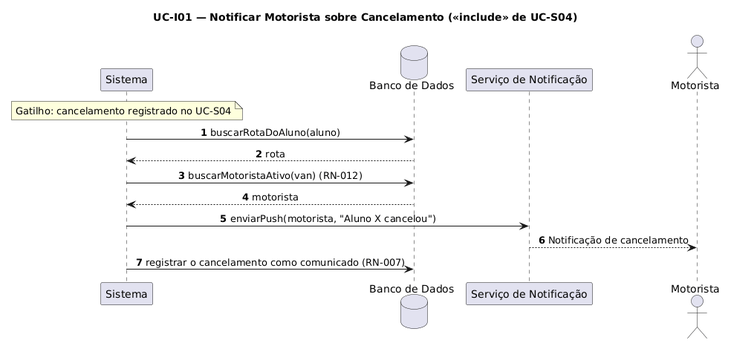
luisgustavoribeirodefreitas/VanTrack keeps this PlantUML diagram as documentos/atividade-04/imagens/UC-I01.png. Above is the earlier version.
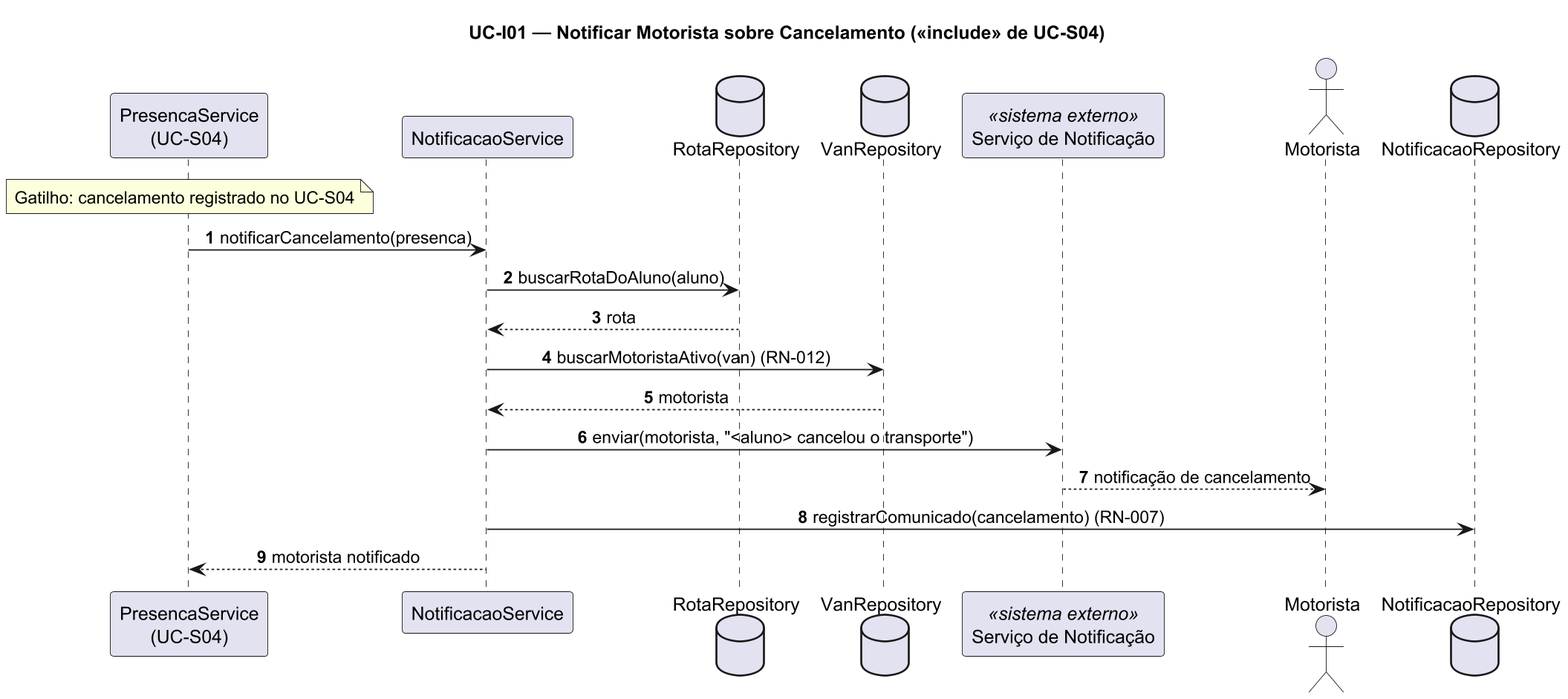
Later version of the same file.

Diff of the diagram source:
```diff
@@ -1,20 +1,27 @@
 @startuml UC-I01
+skinparamlocked dpi 170
 title UC-I01 — Notificar Motorista sobre Cancelamento («include» de UC-S04)
 skinparam sequenceMessageAlign center
+skinparam responseMessageBelowArrow true
 autonumber
 
-participant "Sistema" as S
-database "Banco de Dados" as DB
-participant "Serviço de Notificação" as Push
+participant "PresencaService\n(UC-S04)" as PS
+participant "NotificacaoService" as S
+database "RotaRepository" as RRepo
+database "VanRepository" as VanRepo
+participant "Serviço de Notificação" as Push <<sistema externo>>
 actor "Motorista" as M
+database "NotificacaoRepository" as NRepo
 
-note over S : Gatilho: cancelamento registrado no UC-S04
+note over PS : Gatilho: cancelamento registrado no UC-S04
 
-S -> DB : buscarRotaDoAluno(aluno)
-DB --> S : rota
-S -> DB : buscarMotoristaAtivo(van) (RN-012)
-DB --> S : motorista
-S -> Push : enviarPush(motorista, "Aluno X cancelou")
-Push --> M : Notificação de cancelamento
-S -> DB : registrar o cancelamento como comunicado (RN-007)
+PS -> S : notificarCancelamento(presenca)
+S -> RRepo : buscarRotaDoAluno(aluno)
+RRepo --> S : rota
+S -> VanRepo : buscarMotoristaAtivo(van) (RN-012)
+VanRepo --> S : motorista
+S -> Push : enviar(motorista, "<aluno> cancelou o transporte")
+Push --> M : notificação de cancelamento
+S -> NRepo : registrarComunicado(cancelamento) (RN-007)
+S --> PS : motorista notificado
 @enduml
```
